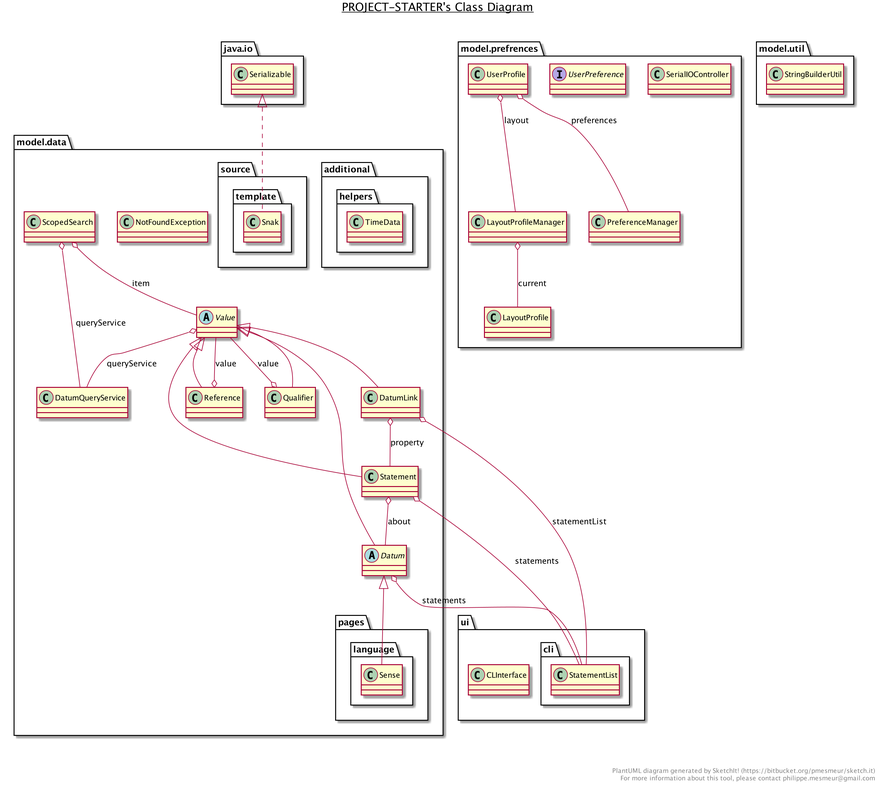
Before: project_x3v2b.png, a diagram exported from PlantUML (Bryce-MW/WikidataExplorer). Its diagram source:
```plantuml
@startuml

title __PROJECT-STARTER's Class Diagram__\n

  namespace model.data {
    abstract class model.data.Datum {
    }
  }


  namespace model.data {
    class model.data.DatumLink {
    }
  }


  namespace model.data {
    class model.data.DatumQueryService {
    }
  }


  namespace model.data {
    class model.data.NotFoundException {
    }
  }


  namespace model.data {
    class model.data.Qualifier {
    }
  }


  namespace model.data {
    class model.data.Reference {
    }
  }


  namespace model.data {
    class model.data.ScopedSearch {
    }
  }


  namespace model.data {
    class model.data.Statement {
    }
  }


  namespace model.data {
    abstract class model.data.Value {
    }
  }


  namespace model.data {
    namespace additional {
      abstract class model.data.additional.AbstractAdditional {
      }
    }
  }


  namespace model.data {
    namespace additional {
      class model.data.additional.CommonsMedia {
      }
    }
  }


  namespace model.data {
    namespace additional {
      class model.data.additional.ExternalIdentifier {
      }
    }
  }


  namespace model.data {
    namespace additional {
      class model.data.additional.GeographicShape {
      }
    }
  }


  namespace model.data {
    namespace additional {
      class model.data.additional.GlobeCoordinate {
      }
    }
  }


  namespace model.data {
    namespace additional {
      class model.data.additional.LiteralString {
      }
    }
  }


  namespace model.data {
    namespace additional {
      class model.data.additional.MathematicalExpression {
      }
    }
  }


  namespace model.data {
    namespace additional {
      class model.data.additional.MonolingualText {
      }
    }
  }


  namespace model.data {
    namespace additional {
      class model.data.additional.MusicalNotation {
      }
    }
  }


  namespace model.data {
    namespace additional {
      class model.data.additional.Quantity {
      }
    }
  }


  namespace model.data {
    namespace additional {
      class model.data.additional.TabularData {
      }
    }
  }


  namespace model.data {
    namespace additional {
      class model.data.additional.Time {
      }
    }
  }


  namespace model.data {
    namespace additional {
      class model.data.additional.URL {
      }
    }
  }


  namespace model.data {
    namespace additional {
      namespace helpers {
        class model.data.additional.helpers.EntityData {
        }
      }
    }
  }


  namespace model.data {
    namespace additional {
      namespace helpers {
        class model.data.additional.helpers.GlobeCoordinateData {
        }
      }
    }
  }


  namespace model.data {
    namespace additional {
      namespace helpers {
        class model.data.additional.helpers.MonolingualTextData {
        }
      }
    }
  }


  namespace model.data {
    namespace additional {
      namespace helpers {
        class model.data.additional.helpers.QuantityData {
        }
      }
    }
  }


  namespace model.data {
    namespace additional {
      namespace helpers {
        class model.data.additional.helpers.TimeData {
        }
      }
    }
  }


  namespace model.data {
    namespace pages {
      class model.data.pages.Item {
      }
    }
  }


  namespace model.data {
    namespace pages {
      class model.data.pages.Property {
      }
    }
  }


  namespace model.data {
    namespace pages {
      namespace language {
        class model.data.pages.language.Form {
        }
      }
    }
  }


  namespace model.data {
    namespace pages {
      namespace language {
        class model.data.pages.language.Lexeme {
        }
      }
    }
  }


  namespace model.data {
    namespace pages {
      namespace language {
        class model.data.pages.language.Sense {
        }
      }
    }
  }


  namespace model.data {
    namespace source {
      abstract class model.data.source.Collector {
      }
    }
  }


  namespace model.data {
    namespace source {
      class model.data.source.LocalCollector {
      }
    }
  }


  namespace model.data {
    namespace source {
      class model.data.source.LocalRepository {
      }
    }
  }


  namespace model.data {
    namespace source {
      class model.data.source.WebCollector {
      }
    }
  }


  namespace model.data {
    namespace source {
      namespace template {
        class model.data.source.template.Alias {
        }
      }
    }
  }


  namespace model.data {
    namespace source {
      namespace template {
        class model.data.source.template.Claim {
        }
      }
    }
  }


  namespace model.data {
    namespace source {
      namespace template {
        class model.data.source.template.DataValue {
        }
      }
    }
  }


  namespace model.data {
    namespace source {
      namespace template {
        class model.data.source.template.Description {
        }
      }
    }
  }


  namespace model.data {
    namespace source {
      namespace template {
        class model.data.source.template.Entities {
        }
      }
    }
  }


  namespace model.data {
    namespace source {
      namespace template {
        class model.data.source.template.Entity {
        }
      }
    }
  }


  namespace model.data {
    namespace source {
      namespace template {
        class model.data.source.template.Label {
        }
      }
    }
  }


  namespace model.data {
    namespace source {
      namespace template {
        class model.data.source.template.Qualifier {
        }
      }
    }
  }


  namespace model.data {
    namespace source {
      namespace template {
        class model.data.source.template.Reference {
        }
      }
    }
  }


  namespace model.data {
    namespace source {
      namespace template {
        class model.data.source.template.SiteLink {
        }
      }
    }
  }


  namespace model.data {
    namespace source {
      namespace template {
        class model.data.source.template.Snak {
        }
      }
    }
  }


  namespace model.prefrences {
    class model.prefrences.LayoutProfile {
    }
  }


  namespace model.prefrences {
    class model.prefrences.LayoutProfileManager {
    }
  }


  namespace model.prefrences {
    class model.prefrences.PreferenceManager {
    }
  }


  namespace model.prefrences {
    class model.prefrences.SerialIOController {
    }
  }


  namespace model.prefrences {
    interface model.prefrences.UserPreference {
    }
  }


  namespace model.prefrences {
    class model.prefrences.UserProfile {
    }
  }


  namespace model.util {
    class model.util.StringBuilderUtil {
    }
  }


  namespace ui {
    class ui.CLInterface {
    }
  }


  namespace ui {
    namespace cli {
      class ui.cli.ItemView {
      }
    }
  }


  namespace ui {
    namespace cli {
      class ui.cli.ItemViewController {
      }
    }
  }


  namespace ui {
    namespace cli {
      class ui.cli.LayoutManager {
      }
    }
  }


  namespace ui {
    namespace cli {
      class ui.cli.MenuBar {
      }
    }
  }


  namespace ui {
    namespace cli {
      interface ui.cli.MenuBarItem {
      }
    }
  }


  namespace ui {
    namespace cli {
      class ui.cli.SearchBar {
      }
    }
  }


  namespace ui {
    namespace cli {
      class ui.cli.StatementList {
      }
    }
  }


  model.data.Datum -up-|> model.data.Value
  model.data.Datum o-- ui.cli.StatementList : statements
  model.data.DatumLink -up-|> model.data.Value
  model.data.DatumLink o-- model.data.Statement : property
  model.data.DatumLink o-- ui.cli.StatementList : statementList
  model.data.DatumQueryService o-- model.data.source.Collector : collector
  model.data.Qualifier -up-|> model.data.Value
  model.data.Qualifier o-- model.data.pages.Property : property
  model.data.Qualifier o-- model.data.Value : value
  model.data.Reference -up-|> model.data.Value
  model.data.Reference o-- model.data.pages.Property : property
  model.data.Reference o-- model.data.Value : value
  model.data.ScopedSearch o-- ui.cli.ItemViewController : controller
  model.data.ScopedSearch o-- model.data.Value : item
  model.data.ScopedSearch o-- model.data.DatumQueryService : queryService
  model.data.Statement -up-|> model.data.Value
  model.data.Statement o-- model.data.Datum : about
  model.data.Statement o-- ui.cli.StatementList : statements
  model.data.Value o-- model.data.DatumQueryService : queryService
  model.data.Value o-- ui.cli.ItemView : view
  model.data.additional.AbstractAdditional -up-|> model.data.Value
  model.data.additional.CommonsMedia -up-|> model.data.additional.LiteralString
  model.data.additional.ExternalIdentifier -up-|> model.data.additional.LiteralString
  model.data.additional.GeographicShape -up-|> model.data.additional.LiteralString
  model.data.additional.GlobeCoordinate -up-|> model.data.additional.AbstractAdditional
  model.data.additional.LiteralString -up-|> model.data.additional.AbstractAdditional
  model.data.additional.MathematicalExpression -up-|> model.data.additional.LiteralString
  model.data.additional.MonolingualText -up-|> model.data.additional.AbstractAdditional
  model.data.additional.MusicalNotation -up-|> model.data.additional.LiteralString
  model.data.additional.Quantity -up-|> model.data.additional.AbstractAdditional
  model.data.additional.Quantity o-- model.data.pages.Item : unit
  model.data.additional.TabularData -up-|> model.data.additional.LiteralString
  model.data.additional.Time -up-|> model.data.additional.AbstractAdditional
  model.data.additional.URL -up-|> model.data.additional.LiteralString
  model.data.pages.Item -up-|> model.data.Datum
  model.data.pages.Property -up-|> model.data.Datum
  model.data.pages.language.Form -up-|> model.data.Datum
  model.data.pages.language.Lexeme -up-|> model.data.Datum
  model.data.pages.language.Sense -up-|> model.data.Datum
  model.data.source.Collector o-- model.data.source.LocalRepository : repository
  model.data.source.LocalCollector -up-|> model.data.source.WebCollector
  model.data.source.WebCollector -up-|> model.data.source.Collector
  model.data.source.template.Alias .up.|> java.io.Serializable
  model.data.source.template.Claim .up.|> java.io.Serializable
  model.data.source.template.Claim o-- model.data.source.template.Snak : mainsnak
  model.data.source.template.DataValue .up.|> java.io.Serializable
  model.data.source.template.Description .up.|> java.io.Serializable
  model.data.source.template.Entities .up.|> java.io.Serializable
  model.data.source.template.Entity .up.|> java.io.Serializable
  model.data.source.template.Label .up.|> java.io.Serializable
  model.data.source.template.Qualifier .up.|> java.io.Serializable
  model.data.source.template.Qualifier o-- model.data.source.template.DataValue : datavalue
  model.data.source.template.Reference .up.|> java.io.Serializable
  model.data.source.template.SiteLink .up.|> java.io.Serializable
  model.data.source.template.Snak .up.|> java.io.Serializable
  model.data.source.template.Snak o-- model.data.source.template.DataValue : datavalue
  model.prefrences.LayoutProfile o-- ui.cli.LayoutManager : layout
  model.prefrences.LayoutProfileManager .up.|> ui.cli.MenuBarItem
  model.prefrences.LayoutProfileManager o-- model.prefrences.LayoutProfile : current
  model.prefrences.PreferenceManager .up.|> ui.cli.MenuBarItem
  model.prefrences.UserProfile .up.|> ui.cli.MenuBarItem
  model.prefrences.UserProfile o-- model.prefrences.LayoutProfileManager : layout
  model.prefrences.UserProfile o-- model.prefrences.PreferenceManager : preferences
  ui.cli.ItemView o-- ui.cli.ItemViewController : controller
  ui.cli.ItemView o-- model.data.Value : item
  ui.cli.ItemView o-- ui.cli.SearchBar : searchBar
  ui.cli.ItemView o-- ui.cli.StatementList : statements
  ui.cli.ItemViewController o-- ui.cli.LayoutManager : manager
  ui.cli.LayoutManager o-- ui.cli.MenuBar : menuBar
  ui.cli.MenuBar o-- ui.cli.SearchBar : searchBar
  ui.cli.SearchBar .up.|> ui.cli.MenuBarItem
  ui.cli.SearchBar o-- model.data.ScopedSearch : searchService


right footer


PlantUML diagram generated by SketchIt! (https://bitbucket.org/pmesmeur/sketch.it)
For more information about this tool, please contact philippe.mesmeur@gmail.com
endfooter

@enduml
```
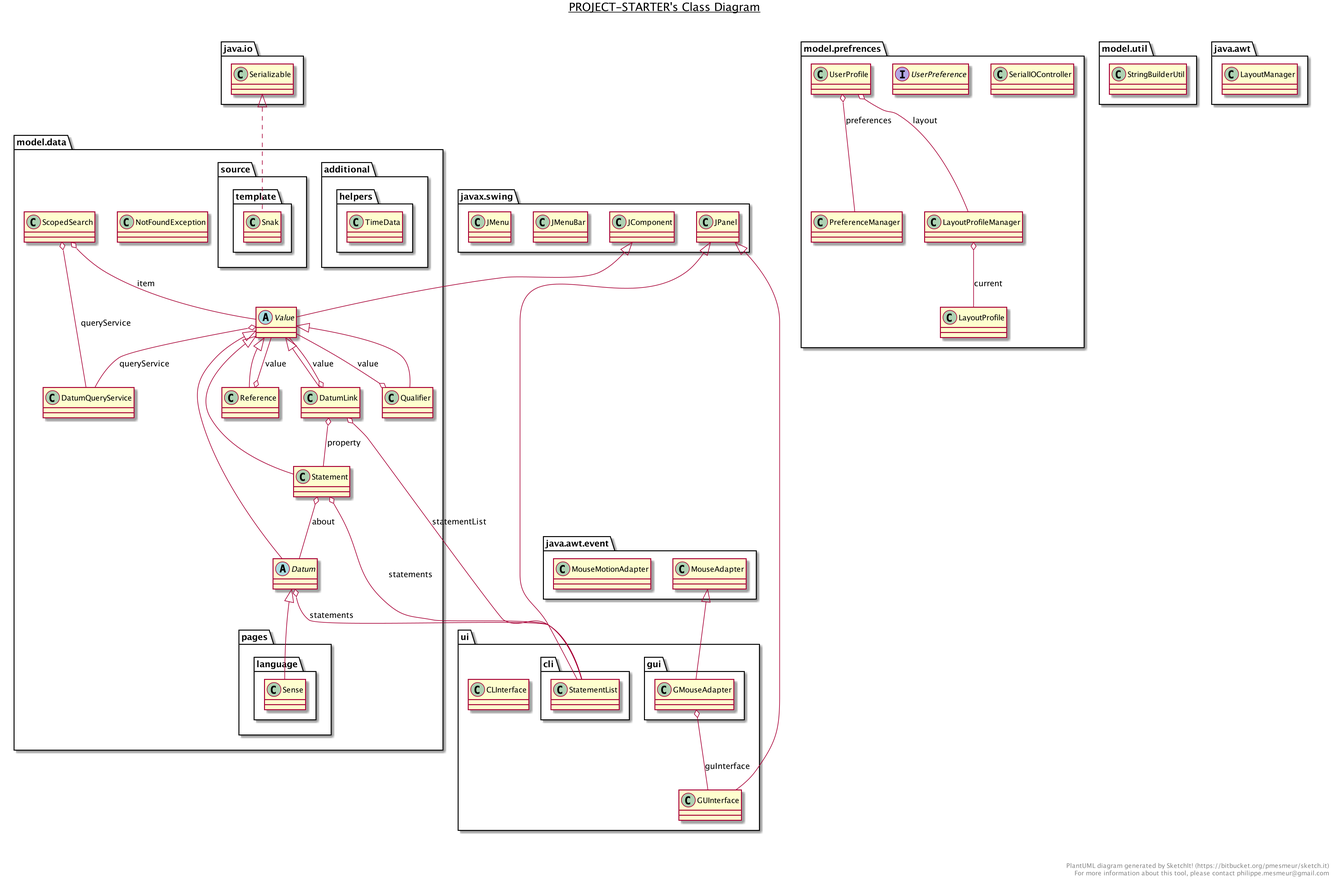
After the commit.

Diff of the diagram source:
```diff
@@ -447,6 +447,12 @@
 
 
   namespace ui {
+    class ui.GUInterface {
+    }
+  }
+
+
+  namespace ui {
     namespace cli {
       class ui.cli.ItemView {
       }
@@ -480,7 +486,7 @@
 
   namespace ui {
     namespace cli {
-      interface ui.cli.MenuBarItem {
+      abstract class ui.cli.MenuBarItem {
       }
     }
   }
@@ -502,11 +508,36 @@
   }
 
 
+  namespace ui {
+    namespace gui {
+      class ui.gui.DragLayout {
+      }
+    }
+  }
+
+
+  namespace ui {
+    namespace gui {
+      class ui.gui.GDragListener {
+      }
+    }
+  }
+
+
+  namespace ui {
+    namespace gui {
+      class ui.gui.GMouseAdapter {
+      }
+    }
+  }
+
+
   model.data.Datum -up-|> model.data.Value
   model.data.Datum o-- ui.cli.StatementList : statements
   model.data.DatumLink -up-|> model.data.Value
   model.data.DatumLink o-- model.data.Statement : property
   model.data.DatumLink o-- ui.cli.StatementList : statementList
+  model.data.DatumLink o-- model.data.Value : value
   model.data.DatumQueryService o-- model.data.source.Collector : collector
   model.data.Qualifier -up-|> model.data.Value
   model.data.Qualifier o-- model.data.pages.Property : property
@@ -520,6 +551,7 @@
   model.data.Statement -up-|> model.data.Value
   model.data.Statement o-- model.data.Datum : about
   model.data.Statement o-- ui.cli.StatementList : statements
+  model.data.Value -up-|> javax.swing.JComponent
   model.data.Value o-- model.data.DatumQueryService : queryService
   model.data.Value o-- ui.cli.ItemView : view
   model.data.additional.AbstractAdditional -up-|> model.data.Value
@@ -559,21 +591,33 @@
   model.data.source.template.Snak .up.|> java.io.Serializable
   model.data.source.template.Snak o-- model.data.source.template.DataValue : datavalue
   model.prefrences.LayoutProfile o-- ui.cli.LayoutManager : layout
-  model.prefrences.LayoutProfileManager .up.|> ui.cli.MenuBarItem
+  model.prefrences.LayoutProfileManager -up-|> ui.cli.MenuBarItem
   model.prefrences.LayoutProfileManager o-- model.prefrences.LayoutProfile : current
-  model.prefrences.PreferenceManager .up.|> ui.cli.MenuBarItem
-  model.prefrences.UserProfile .up.|> ui.cli.MenuBarItem
+  model.prefrences.PreferenceManager -up-|> ui.cli.MenuBarItem
+  model.prefrences.UserProfile -up-|> ui.cli.MenuBarItem
   model.prefrences.UserProfile o-- model.prefrences.LayoutProfileManager : layout
   model.prefrences.UserProfile o-- model.prefrences.PreferenceManager : preferences
+  ui.GUInterface -up-|> javax.swing.JPanel
+  ui.cli.ItemView -up-|> javax.swing.JPanel
   ui.cli.ItemView o-- ui.cli.ItemViewController : controller
   ui.cli.ItemView o-- model.data.Value : item
   ui.cli.ItemView o-- ui.cli.SearchBar : searchBar
   ui.cli.ItemView o-- ui.cli.StatementList : statements
   ui.cli.ItemViewController o-- ui.cli.LayoutManager : manager
   ui.cli.LayoutManager o-- ui.cli.MenuBar : menuBar
+  ui.cli.MenuBar -up-|> javax.swing.JMenuBar
+  ui.cli.MenuBar o-- ui.GUInterface : guInterface
   ui.cli.MenuBar o-- ui.cli.SearchBar : searchBar
-  ui.cli.SearchBar .up.|> ui.cli.MenuBarItem
+  ui.cli.MenuBarItem -up-|> javax.swing.JMenu
+  ui.cli.SearchBar -up-|> javax.swing.JPanel
   ui.cli.SearchBar o-- model.data.ScopedSearch : searchService
+  ui.cli.StatementList -up-|> javax.swing.JPanel
+  ui.gui.DragLayout .up.|> java.awt.LayoutManager
+  ui.gui.DragLayout .up.|> java.io.Serializable
+  ui.gui.GDragListener -up-|> java.awt.event.MouseMotionAdapter
+  ui.gui.GDragListener o-- ui.GUInterface : guInterface
+  ui.gui.GMouseAdapter -up-|> java.awt.event.MouseAdapter
+  ui.gui.GMouseAdapter o-- ui.GUInterface : guInterface
 
 
 right footer
```
